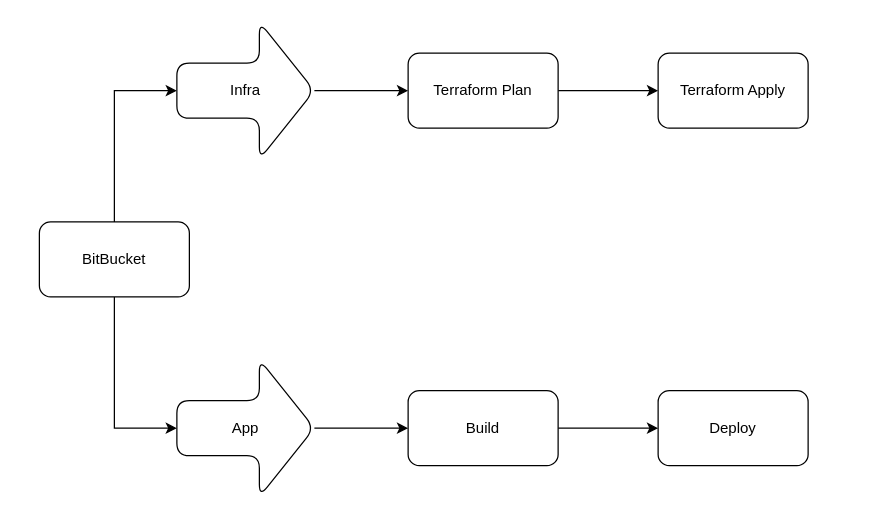
Earlier version of the draw.io diagram CICD/Flow GCP.drawio (skeeterx88/diagrams). Source tidied: cells renumbered, new cells numbered last; positions are measured from the earlier drawing's top-left corner, leaving out a move shared by most shapes. Both pictures are drawn from the tidied source at 125%, with x=0, y=0 at pixel (39, 21).
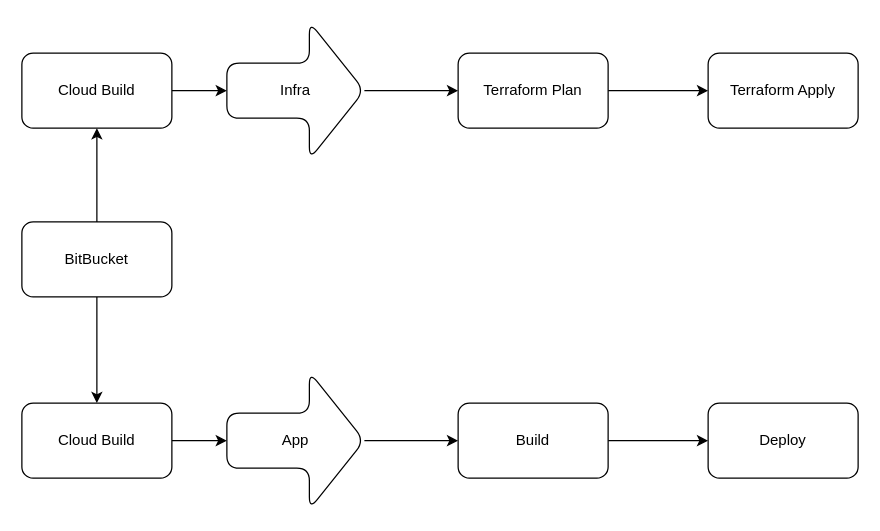
The same page after the edit.

What changed in the source:
```diff
@@
 <mxGraphModel>
   <root>
     <mxCell id="0" />
     <mxCell id="1" parent="0" />
-    <mxCell id="2" style="edgeStyle=orthogonalEdgeStyle;rounded=0;jettySize=auto;html=1;" parent="1" edge="1" source="4" target="6">
-      <mxGeometry relative="1" as="geometry">
-        <Array as="points">
-          <mxPoint x="60" y="55" />
-        </Array>
-      </mxGeometry>
-    </mxCell>
-    <mxCell id="3" style="edgeStyle=orthogonalEdgeStyle;rounded=0;jettySize=auto;html=1;" parent="1" edge="1" source="4" target="8">
-      <mxGeometry relative="1" as="geometry">
-        <Array as="points">
-          <mxPoint x="60" y="325" />
-        </Array>
-      </mxGeometry>
-    </mxCell>
+    <mxCell id="15" style="edgeStyle=orthogonalEdgeStyle;rounded=0;jettySize=auto;html=1;" parent="1" edge="1" source="4" target="18">
+      <mxGeometry relative="1" as="geometry" />
+    </mxCell>
+    <mxCell id="16" style="edgeStyle=orthogonalEdgeStyle;rounded=0;jettySize=auto;html=1;" parent="1" edge="1" source="4" target="20">
+      <mxGeometry relative="1" as="geometry" />
+    </mxCell>
     <mxCell id="4" value="BitBucket" style="rounded=1;whiteSpace=wrap;html=1;" parent="1" vertex="1">
-      <mxGeometry y="160" width="120" height="60" as="geometry" />
+      <mxGeometry x="-14" y="160" width="120" height="60" as="geometry" />
     </mxCell>
     <mxCell id="5" style="edgeStyle=orthogonalEdgeStyle;rounded=0;jettySize=auto;html=1;" parent="1" edge="1" source="6" target="10">
       <mxGeometry relative="1" as="geometry" />
     </mxCell>
     <mxCell id="6" value="Infra" style="shape=singleArrow;whiteSpace=wrap;html=1;arrowWidth=0.4;arrowSize=0.4;rounded=1;" parent="1" vertex="1">
-      <mxGeometry x="110" width="110" height="110" as="geometry" />
+      <mxGeometry x="150" width="110" height="110" as="geometry" />
     </mxCell>
     <mxCell id="7" style="edgeStyle=orthogonalEdgeStyle;rounded=0;jettySize=auto;html=1;" parent="1" edge="1" source="8" target="13">
       <mxGeometry relative="1" as="geometry" />
     </mxCell>
     <mxCell id="8" value="App" style="shape=singleArrow;whiteSpace=wrap;html=1;arrowWidth=0.4;arrowSize=0.4;rounded=1;" parent="1" vertex="1">
-      <mxGeometry x="110" y="270" width="110" height="110" as="geometry" />
+      <mxGeometry x="150" y="280" width="110" height="110" as="geometry" />
     </mxCell>
     <mxCell id="9" style="edgeStyle=orthogonalEdgeStyle;rounded=0;jettySize=auto;html=1;" parent="1" edge="1" source="10" target="11">
       <mxGeometry relative="1" as="geometry" />
     </mxCell>
     <mxCell id="10" value="Terraform Plan" style="whiteSpace=wrap;html=1;rounded=1;" parent="1" vertex="1">
-      <mxGeometry x="295" y="25" width="120" height="60" as="geometry" />
+      <mxGeometry x="335" y="25" width="120" height="60" as="geometry" />
     </mxCell>
     <mxCell id="11" value="Terraform Apply" style="whiteSpace=wrap;html=1;rounded=1;" parent="1" vertex="1">
-      <mxGeometry x="495" y="25" width="120" height="60" as="geometry" />
+      <mxGeometry x="535" y="25" width="120" height="60" as="geometry" />
     </mxCell>
     <mxCell id="12" style="edgeStyle=orthogonalEdgeStyle;rounded=0;jettySize=auto;html=1;" parent="1" edge="1" source="13" target="14">
       <mxGeometry relative="1" as="geometry" />
     </mxCell>
     <mxCell id="13" value="Build" style="whiteSpace=wrap;html=1;rounded=1;" parent="1" vertex="1">
-      <mxGeometry x="295" y="295" width="120" height="60" as="geometry" />
+      <mxGeometry x="335" y="305" width="120" height="60" as="geometry" />
     </mxCell>
     <mxCell id="14" value="Deploy" style="whiteSpace=wrap;html=1;rounded=1;" parent="1" vertex="1">
-      <mxGeometry x="495" y="295" width="120" height="60" as="geometry" />
+      <mxGeometry x="535" y="305" width="120" height="60" as="geometry" />
     </mxCell>
+    <mxCell id="17" style="edgeStyle=orthogonalEdgeStyle;rounded=0;jettySize=auto;html=1;" parent="1" edge="1" source="18" target="6">
+      <mxGeometry relative="1" as="geometry" />
+    </mxCell>
+    <mxCell id="18" value="Cloud Build" style="whiteSpace=wrap;html=1;rounded=1;" parent="1" vertex="1">
+      <mxGeometry x="-14" y="25" width="120" height="60" as="geometry" />
+    </mxCell>
+    <mxCell id="19" style="edgeStyle=orthogonalEdgeStyle;rounded=0;jettySize=auto;html=1;" parent="1" edge="1" source="20" target="8">
+      <mxGeometry relative="1" as="geometry" />
+    </mxCell>
+    <mxCell id="20" value="Cloud Build" style="whiteSpace=wrap;html=1;rounded=1;" parent="1" vertex="1">
+      <mxGeometry x="-14" y="305" width="120" height="60" as="geometry" />
+    </mxCell>
   </root>
 </mxGraphModel>
```
